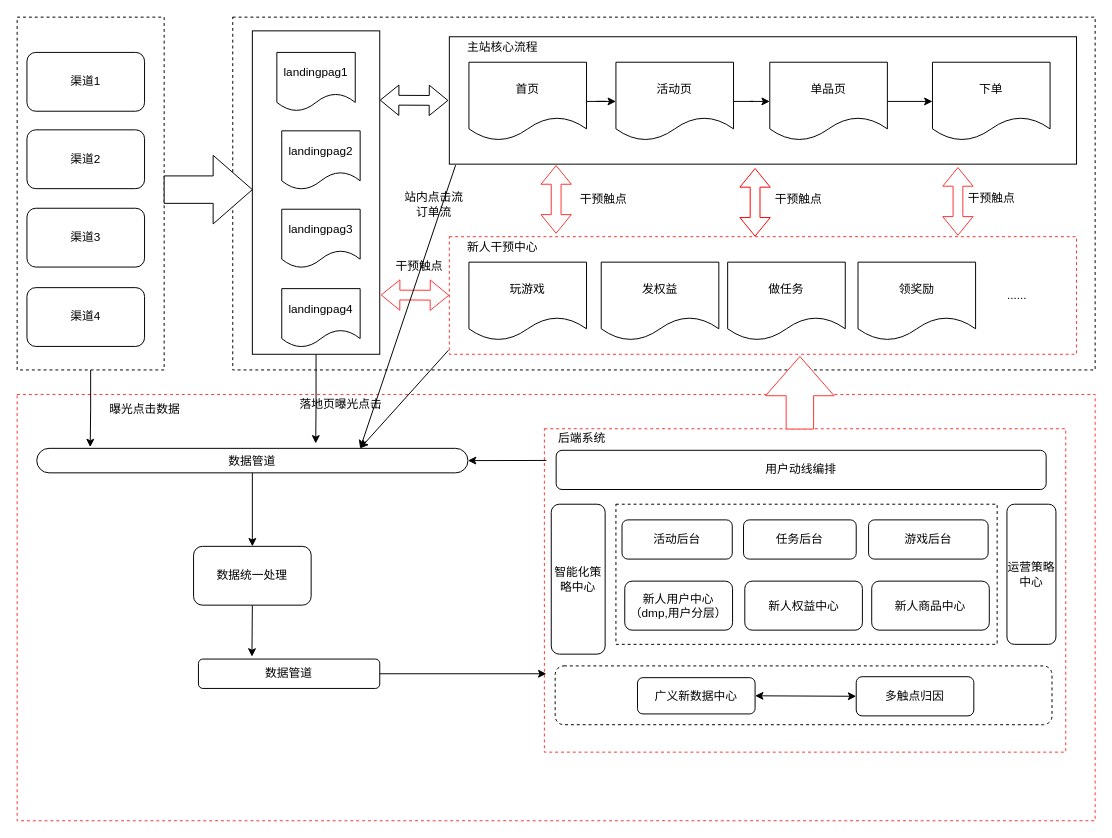
Before: Untitled Diagram.drawio in lishanlin/doc, a draw.io diagram. Source tidied: cells renumbered, new cells numbered last; positions are measured from the earlier drawing's top-left corner, leaving out a move shared by most shapes. Both pictures are drawn from the tidied source at 98%, with x=0, y=0 at pixel (17, 17).
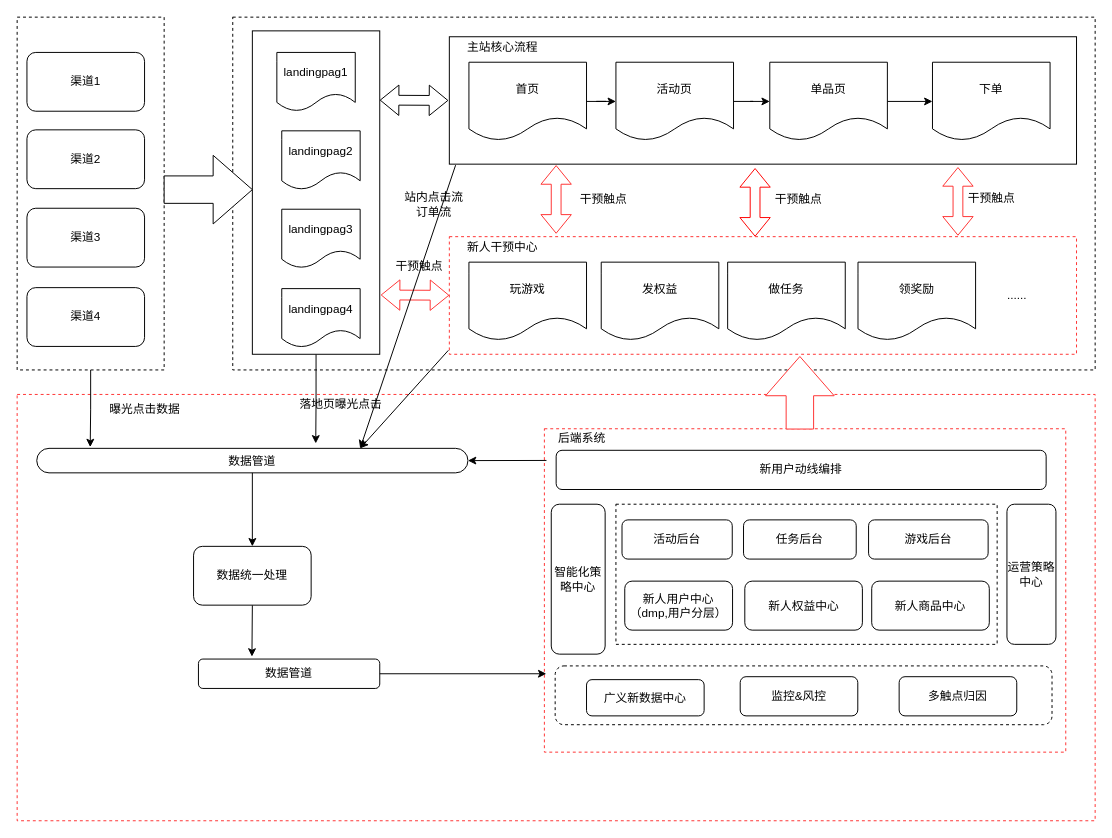
The same diagram, later.

The edit, as a diff of the source:
```diff
@@
     <mxCell id="51" value="广义新数据中心" style="rounded=1;whiteSpace=wrap;html=1;" parent="1" vertex="1">
-      <mxGeometry x="633" y="674" width="120" height="37" as="geometry" />
+      <mxGeometry x="581" y="676" width="120" height="37" as="geometry" />
     </mxCell>
     <mxCell id="52" value="多触点归因" style="rounded=1;whiteSpace=wrap;html=1;" parent="1" vertex="1">
-      <mxGeometry x="856.2" y="673" width="120" height="40" as="geometry" />
+      <mxGeometry x="900" y="673" width="120" height="40" as="geometry" />
     </mxCell>
@@
-    <mxCell id="55" style="endArrow=classic;startArrow=classic;html=1;rounded=0;entryX=0;entryY=0.5;entryDx=0;entryDy=0;exitX=1;exitY=0.5;exitDx=0;exitDy=0;" parent="1" edge="1" source="51" target="52">
-      <mxGeometry relative="1" as="geometry" />
-    </mxCell>
@@
-    <mxCell id="65" value="用户动线编排" style="rounded=1;whiteSpace=wrap;html=1;" parent="1" vertex="1">
+    <mxCell id="65" value="新用户动线编排" style="rounded=1;whiteSpace=wrap;html=1;" parent="1" vertex="1">
       <mxGeometry x="550" y="442" width="500" height="40" as="geometry" />
     </mxCell>
@@
+    <mxCell id="71" value="监控&amp;amp;风控" style="rounded=1;whiteSpace=wrap;html=1;" parent="1" vertex="1">
+      <mxGeometry x="737.8" y="673" width="120" height="40" as="geometry" />
+    </mxCell>
```
